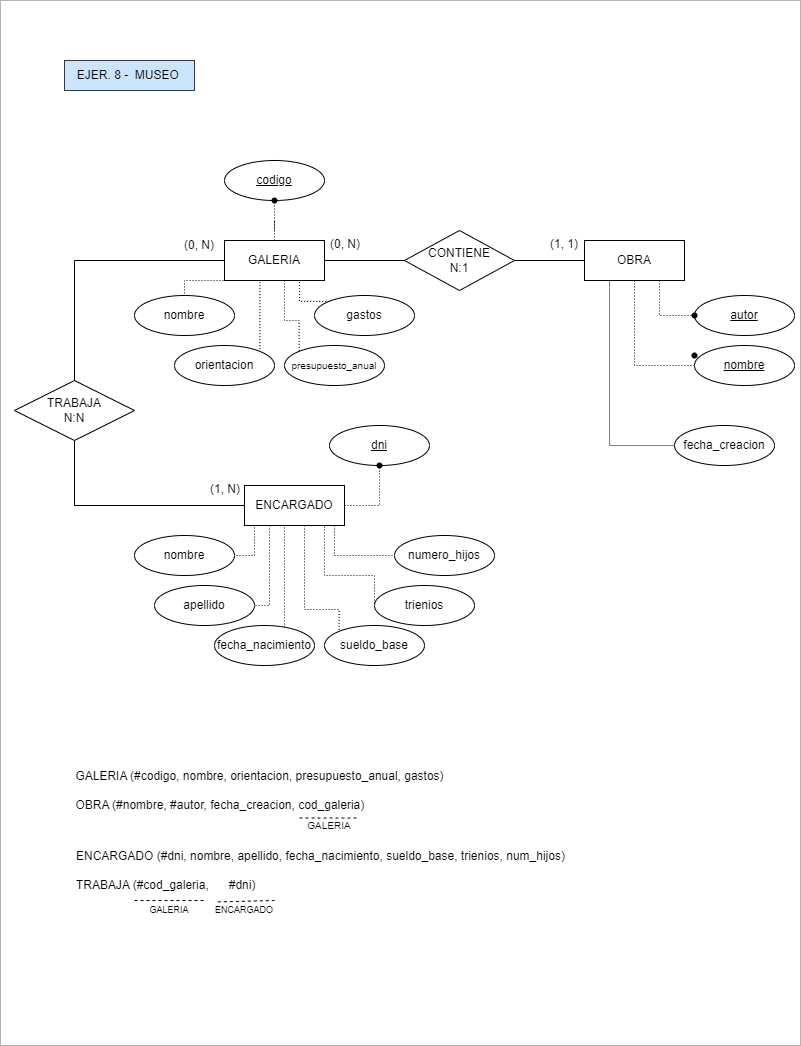
The draw.io diagram ejer8_museo.png in mdrp93/BASE-DE-DATOS, before a commit. Source tidied: cells renumbered, new cells last; positions are measured from the earlier drawing's top-left corner, leaving out a move shared by most shapes.
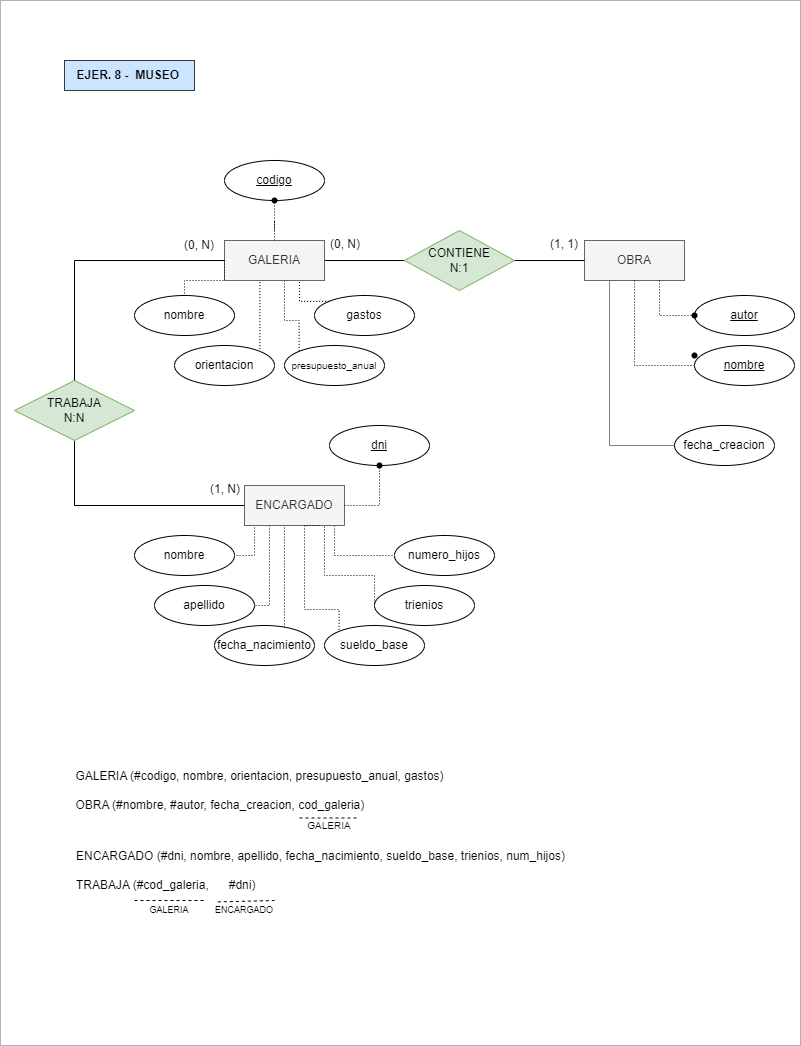
Above is the later version.

The edit, as a diff of the source:
```diff
@@ -47,10 +47,10 @@
         </Array>
       </mxGeometry>
     </mxCell>
-    <mxCell id="8" value="ENCARGADO" style="whiteSpace=wrap;html=1;align=center;" parent="1" vertex="1">
+    <mxCell id="8" value="ENCARGADO" style="whiteSpace=wrap;html=1;align=center;fillColor=#f5f5f5;fontColor=#333333;strokeColor=#666666;" parent="1" vertex="1">
       <mxGeometry x="244" y="485" width="100" height="40" as="geometry" />
     </mxCell>
-    <mxCell id="9" value="OBRA" style="whiteSpace=wrap;html=1;align=center;" parent="1" vertex="1">
+    <mxCell id="9" value="OBRA" style="whiteSpace=wrap;html=1;align=center;fillColor=#f5f5f5;fontColor=#333333;strokeColor=#666666;" parent="1" vertex="1">
       <mxGeometry x="584" y="240" width="100" height="40" as="geometry" />
     </mxCell>
     <mxCell id="10" style="edgeStyle=orthogonalEdgeStyle;rounded=0;jettySize=auto;html=1;exitX=1;exitY=0.5;exitDx=0;exitDy=0;entryX=0;entryY=0.5;entryDx=0;entryDy=0;endArrow=none;endFill=0;" parent="1" edge="1" source="14" target="19">
@@ -75,7 +75,7 @@
         </Array>
       </mxGeometry>
     </mxCell>
-    <mxCell id="14" value="GALERIA" style="whiteSpace=wrap;html=1;align=center;" parent="1" vertex="1">
+    <mxCell id="14" value="GALERIA" style="whiteSpace=wrap;html=1;align=center;fillColor=#f5f5f5;fontColor=#333333;strokeColor=#666666;" parent="1" vertex="1">
       <mxGeometry x="224" y="240" width="100" height="40" as="geometry" />
     </mxCell>
     <mxCell id="15" style="edgeStyle=orthogonalEdgeStyle;rounded=0;orthogonalLoop=1;jettySize=auto;html=1;exitX=0.5;exitY=0;exitDx=0;exitDy=0;entryX=0.5;entryY=0;entryDx=0;entryDy=0;" parent="1" edge="1" source="17" target="17">
@@ -84,13 +84,13 @@
     <mxCell id="16" style="edgeStyle=orthogonalEdgeStyle;rounded=0;jettySize=auto;html=1;exitX=0.5;exitY=1;exitDx=0;exitDy=0;entryX=0;entryY=0.5;entryDx=0;entryDy=0;strokeColor=default;endArrow=none;endFill=0;" parent="1" edge="1" source="17" target="8">
       <mxGeometry relative="1" as="geometry" />
     </mxCell>
-    <mxCell id="17" value="TRABAJA&lt;br&gt;N:N" style="shape=rhombus;perimeter=rhombusPerimeter;whiteSpace=wrap;html=1;align=center;" parent="1" vertex="1">
+    <mxCell id="17" value="TRABAJA&lt;br&gt;N:N" style="shape=rhombus;perimeter=rhombusPerimeter;whiteSpace=wrap;html=1;align=center;fillColor=#d5e8d4;strokeColor=#82b366;" parent="1" vertex="1">
       <mxGeometry x="14" y="380" width="120" height="60" as="geometry" />
     </mxCell>
     <mxCell id="18" style="edgeStyle=orthogonalEdgeStyle;rounded=0;jettySize=auto;html=1;exitX=1;exitY=0.5;exitDx=0;exitDy=0;entryX=0;entryY=0.5;entryDx=0;entryDy=0;endArrow=none;endFill=0;" parent="1" edge="1" source="19" target="9">
       <mxGeometry relative="1" as="geometry" />
     </mxCell>
-    <mxCell id="19" value="CONTIENE&lt;br&gt;N:1" style="shape=rhombus;perimeter=rhombusPerimeter;whiteSpace=wrap;html=1;align=center;" parent="1" vertex="1">
+    <mxCell id="19" value="CONTIENE&lt;br&gt;N:1" style="shape=rhombus;perimeter=rhombusPerimeter;whiteSpace=wrap;html=1;align=center;fillColor=#d5e8d4;strokeColor=#82b366;" parent="1" vertex="1">
       <mxGeometry x="404" y="230" width="110" height="60" as="geometry" />
     </mxCell>
     <mxCell id="20" style="endArrow=none;html=1;rounded=0;exitX=0.5;exitY=0;exitDx=0;exitDy=0;entryX=0;entryY=0.5;entryDx=0;entryDy=0;" parent="1" edge="1" source="17" target="14">
@@ -117,7 +117,7 @@
     <mxCell id="25" value="(1, 1)" style="text;strokeColor=none;fillColor=none;spacingLeft=4;spacingRight=4;overflow=hidden;fontSize=12;whiteSpace=wrap;html=1;" parent="1" vertex="1">
       <mxGeometry x="544" y="230" width="50" height="30" as="geometry" />
     </mxCell>
-    <mxCell id="26" value="EJER. 8 -&amp;nbsp; MUSEO&amp;nbsp;" style="text;html=1;align=center;verticalAlign=middle;strokeColor=#36393d;fillColor=#cce5ff;" parent="1" vertex="1">
+    <mxCell id="26" value="EJER. 8 -&amp;nbsp; MUSEO&amp;nbsp;" style="text;html=1;align=center;verticalAlign=middle;strokeColor=#36393d;fillColor=#cce5ff;fontStyle=1;" parent="1" vertex="1">
       <mxGeometry x="64" y="60" width="130" height="30" as="geometry" />
     </mxCell>
     <mxCell id="27" style="edgeStyle=orthogonalEdgeStyle;rounded=0;orthogonalLoop=1;jettySize=auto;html=1;exitX=0;exitY=0.5;exitDx=0;exitDy=0;entryX=1;entryY=0.5;entryDx=0;entryDy=0;endArrow=none;endFill=0;startArrow=none;startFill=0;strokeColor=none;" parent="1" edge="1" source="21" target="21">
```
